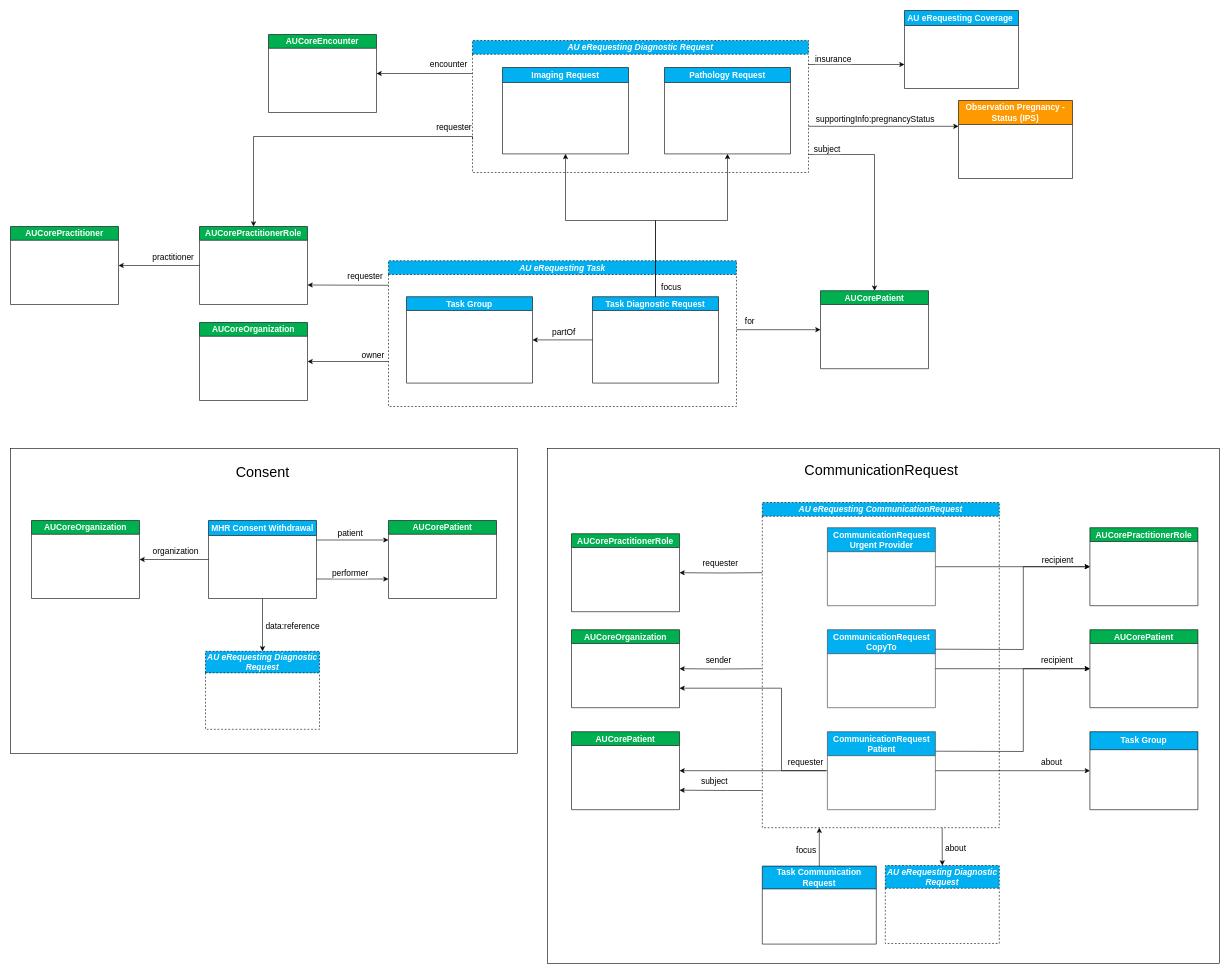
hl7au/au-fhir-erequesting keeps this draw.io diagram as page "entity relationship diagram (conceptual)" (1 of 4) of input/images-source/au-erequesting-profiles.drawio. Above is the earlier version. Source tidied: cells renumbered, new cells numbered last; positions are measured from the earlier drawing's top-left corner, leaving out a move shared by most shapes. Both pictures are drawn from the tidied source at 60%, with x=0, y=0 at pixel (10, 10).
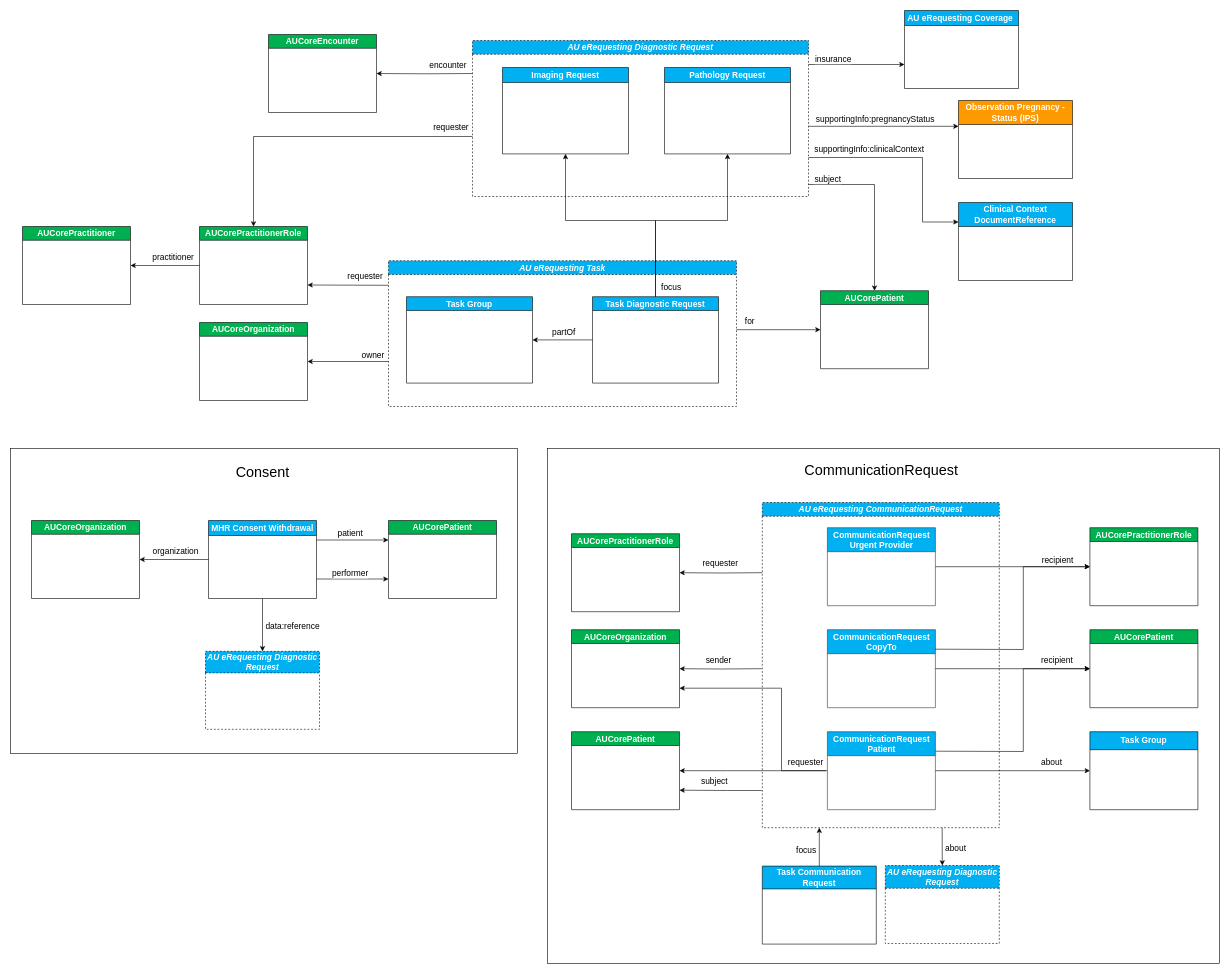
After the change.

Commit message (it also covers changes not shown here):
added Clinical Context DocumentReference to the profiles diagram

Unchanged cells that the change refers to:
```xml
<mxCell id="67" value="&lt;font style=&quot;font-size: 14px;&quot;&gt;AUCorePatient&lt;/font&gt;" style="swimlane;whiteSpace=wrap;html=1;fillColor=#00b050;fontColor=#FFFFFF;" parent="52" vertex="1">
  <mxGeometry x="1350" y="467" width="180" height="130" as="geometry" />
</mxCell>
<mxCell id="68" style="edgeStyle=orthogonalEdgeStyle;rounded=0;jettySize=auto;html=1;entryX=1;entryY=0.5;entryDx=0;entryDy=0;" parent="52" edge="1" source="70" target="88">
  <mxGeometry relative="1" as="geometry" />
</mxCell>
<mxCell id="70" value="&lt;font style=&quot;font-size: 14px;&quot;&gt;AUCorePractitionerRole&lt;/font&gt;" style="swimlane;whiteSpace=wrap;html=1;fillColor=#00b050;fontColor=#FFFFFF;" parent="52" vertex="1">
  <mxGeometry x="315" y="360" width="180" height="130" as="geometry" />
</mxCell>
<mxCell id="85" value="&lt;font style=&quot;font-size: 14px;&quot;&gt;AUCoreEncounter&lt;/font&gt;" style="swimlane;whiteSpace=wrap;html=1;fillColor=#00b050;fontColor=#FFFFFF;snapToPoint=0;" parent="52" vertex="1">
  <mxGeometry x="430" y="40" width="180" height="130" as="geometry" />
</mxCell>
```

The edit, as a diff of the source:
```diff
@@
     <mxCell id="52" style="group;" parent="1" vertex="1">
-      <mxGeometry width="1770" height="660" as="geometry" />
+      <mxGeometry width="1910" height="660" as="geometry" />
     </mxCell>
@@
-    <mxCell id="60" style="edgeStyle=orthogonalEdgeStyle;rounded=0;jettySize=auto;html=1;entryX=1;entryY=0.5;entryDx=0;entryDy=0;exitX=0;exitY=0.25;exitDx=0;exitDy=0;" parent="52" edge="1" source="64" target="85">
-      <mxGeometry relative="1" as="geometry" />
+    <mxCell id="60" style="edgeStyle=orthogonalEdgeStyle;rounded=0;jettySize=auto;html=1;entryX=1;entryY=0.5;entryDx=0;entryDy=0;" parent="52" edge="1" target="85">
+      <mxGeometry relative="1" as="geometry">
+        <mxPoint x="770" y="105" as="sourcePoint" />
+      </mxGeometry>
     </mxCell>
@@
+    <mxCell id="89" style="edgeStyle=orthogonalEdgeStyle;rounded=0;jettySize=auto;html=1;entryX=0;entryY=0.25;entryDx=0;entryDy=0;exitX=1;exitY=0.75;exitDx=0;exitDy=0;" parent="52" edge="1" source="64" target="91">
+      <mxGeometry relative="1" as="geometry">
+        <Array as="points">
+          <mxPoint x="1520" y="245" />
+          <mxPoint x="1520" y="353" />
+        </Array>
+      </mxGeometry>
+    </mxCell>
+    <mxCell id="90" value="&lt;font style=&quot;font-size: 14px;&quot;&gt;supportingInfo:clinicalContext&lt;/font&gt;" style="edgeLabel;html=1;align=center;verticalAlign=middle;" parent="89" vertex="1">
+      <mxGeometry x="-0.71" y="4" relative="1" as="geometry">
+        <mxPoint x="48" y="-11" as="offset" />
+      </mxGeometry>
+    </mxCell>
     <mxCell id="64" value="&lt;i&gt;&lt;font style=&quot;font-size: 14px;&quot;&gt;AU eRequesting Diagnostic Request&lt;/font&gt;&lt;/i&gt;" style="swimlane;whiteSpace=wrap;html=1;startSize=23;fillColor=#00B0F0;fontColor=#FFFFFF;strokeColor=#000000;dashed=1;" parent="52" vertex="1">
-      <mxGeometry x="770" y="50" width="560" height="220" as="geometry" />
+      <mxGeometry x="770" y="50" width="560" height="260" as="geometry" />
     </mxCell>
@@
     <mxCell id="69" value="&lt;font style=&quot;font-size: 14px;&quot;&gt;practitioner&lt;/font&gt;" style="edgeLabel;html=1;align=center;verticalAlign=middle;" parent="68" vertex="1">
       <mxGeometry x="-0.14" y="-1" relative="1" as="geometry">
-        <mxPoint x="13" y="-14" as="offset" />
+        <mxPoint x="4" y="-14" as="offset" />
       </mxGeometry>
     </mxCell>
@@
     <mxCell id="71" style="rounded=0;jettySize=auto;html=1;edgeStyle=elbowEdgeStyle;entryX=0.5;entryY=0;entryDx=0;entryDy=0;elbow=vertical;jumpStyle=arc;" parent="52" edge="1" target="67">
       <mxGeometry relative="1" as="geometry">
-        <mxPoint x="1330" y="240" as="sourcePoint" />
+        <mxPoint x="1330" y="290" as="sourcePoint" />
         <Array as="points">
-          <mxPoint x="1390" y="240" />
+          <mxPoint x="1380" y="290" />
         </Array>
       </mxGeometry>
     </mxCell>
     <mxCell id="72" value="&lt;font style=&quot;font-size: 14px;&quot;&gt;subject&lt;/font&gt;" style="edgeLabel;html=1;align=center;verticalAlign=middle;" parent="71" vertex="1">
       <mxGeometry x="-0.57" y="-2" relative="1" as="geometry">
-        <mxPoint x="-42" y="-12" as="offset" />
+        <mxPoint x="-31" y="-12" as="offset" />
       </mxGeometry>
     </mxCell>
-    <mxCell id="73" style="rounded=0;jettySize=auto;html=1;edgeStyle=elbowEdgeStyle;elbow=vertical;entryX=0.5;entryY=0;entryDx=0;entryDy=0;jumpStyle=arc;exitX=0;exitY=0.75;exitDx=0;exitDy=0;" parent="52" edge="1" source="64" target="70">
+    <mxCell id="73" style="rounded=0;jettySize=auto;html=1;edgeStyle=elbowEdgeStyle;elbow=vertical;entryX=0.5;entryY=0;entryDx=0;entryDy=0;jumpStyle=arc;" parent="52" edge="1" target="70">
       <mxGeometry relative="1" as="geometry">
+        <mxPoint x="770" y="210" as="sourcePoint" />
         <Array as="points">
           <mxPoint x="540" y="210" />
           <mxPoint x="600" y="215" />
         </Array>
       </mxGeometry>
     </mxCell>
@@
     <mxCell id="88" value="&lt;font style=&quot;font-size: 14px;&quot;&gt;AUCorePractitioner&lt;/font&gt;" style="swimlane;whiteSpace=wrap;html=1;fillColor=#00b050;fontColor=#FFFFFF;" parent="52" vertex="1">
-      <mxGeometry y="360" width="180" height="130" as="geometry" />
+      <mxGeometry x="20" y="360" width="180" height="130" as="geometry" />
     </mxCell>
+    <mxCell id="91" value="&lt;div&gt;&lt;font style=&quot;font-size: 14px;&quot;&gt;Clinical Context DocumentReference&lt;/font&gt;&lt;/div&gt;" style="swimlane;whiteSpace=wrap;html=1;fillColor=#00B0F0;fontColor=#FFFFFF;startSize=40;verticalAlign=middle;" parent="52" vertex="1">
+      <mxGeometry x="1580" y="320" width="190" height="130" as="geometry" />
+    </mxCell>
```
